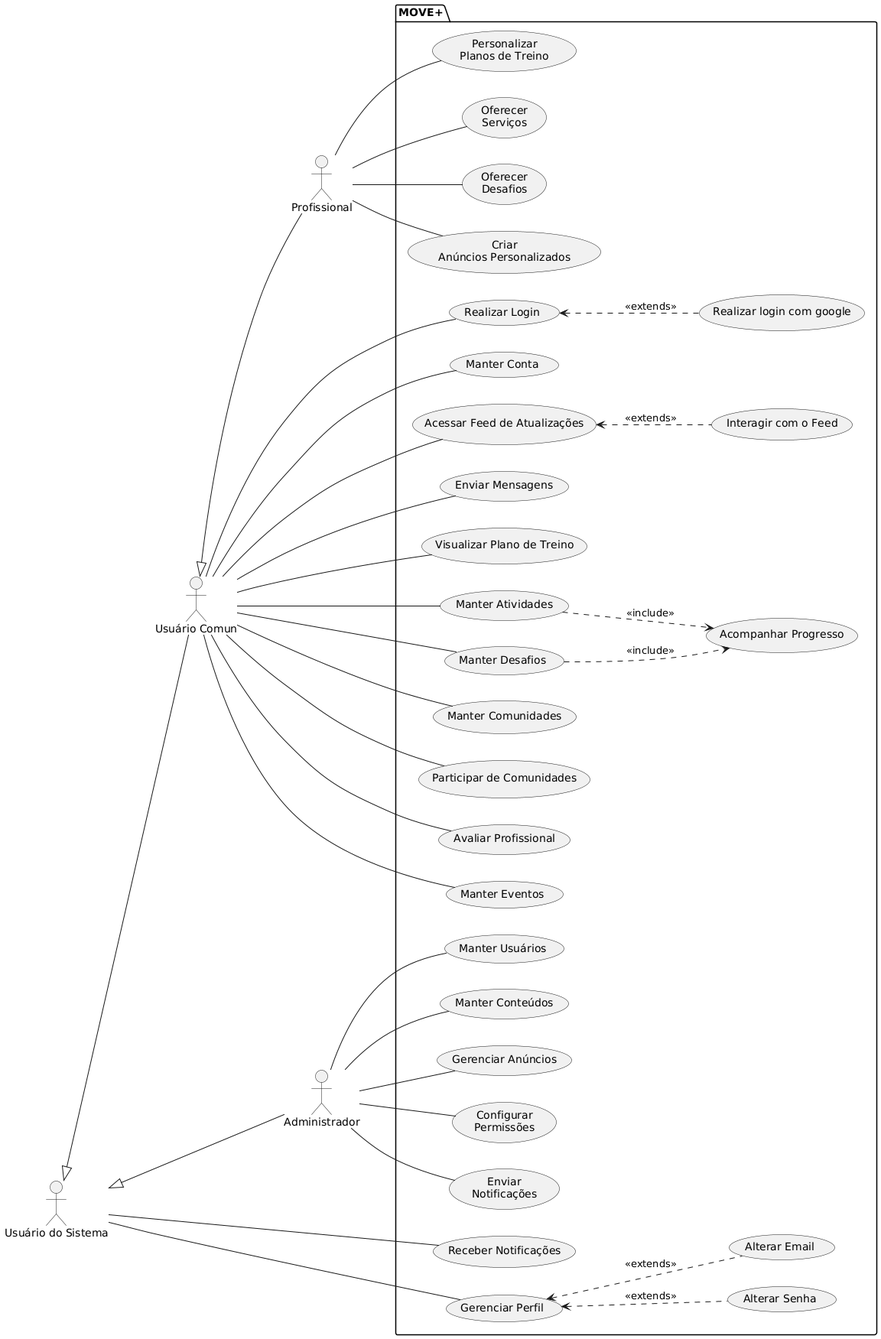
Earlier version of the PlantUML export specs/design/view-usecase/usecase.png (raizaft/MOVE).
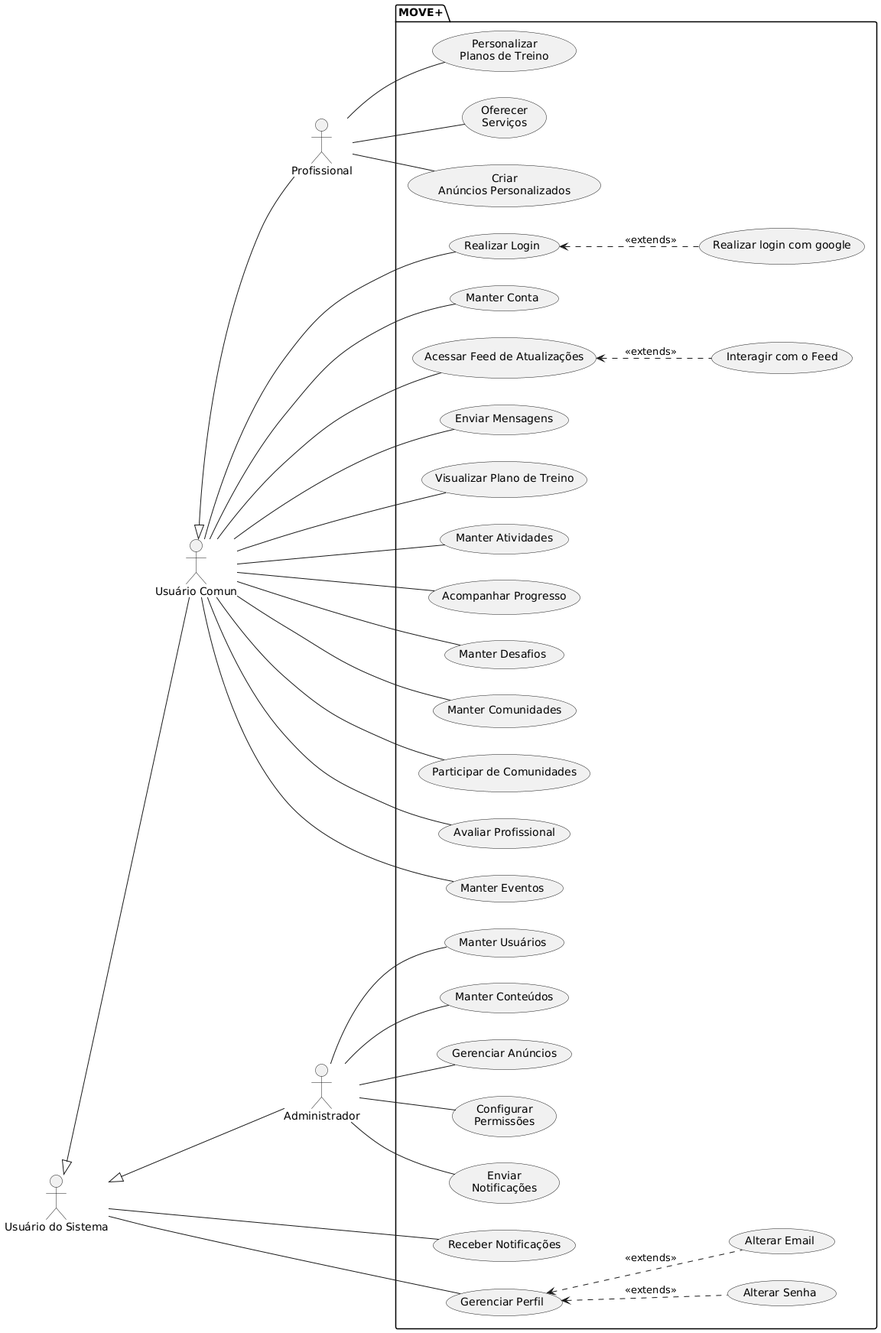
The same file after the commit.

Diff of the diagram source:
```diff
@@ -31,7 +31,6 @@
 
     (Personalizar\nPlanos de Treino) as UC19
     (Oferecer\nServiços) as UC20
-    (Oferecer\nDesafios) as UC21
     (Criar\nAnúncios Personalizados) as UC22
 
     usecase "Manter Usuários" as UC12
@@ -52,6 +51,7 @@
 User -- UC3
 User -- UC4
 User -- UC5
+User -- UC6
 User -- UC7
 User -- UC8
 User -- UC9
@@ -61,7 +61,6 @@
 
 Professional -- UC19
 Professional -- UC20
-Professional -- UC21
 Professional -- UC22
 
 Admin -- UC12
@@ -72,8 +71,6 @@
 
 UC2 <.. UC16 : <<extends>>
 UC3 <.. UC17 : <<extends>>
-UC7 ..> UC6 : <<include>>
-UC5 ..> UC6 : <<include>>
 UC15 <.. UC28 : <<extends>>
 UC15 <.. UC29 : <<extends>>
 @enduml
```
